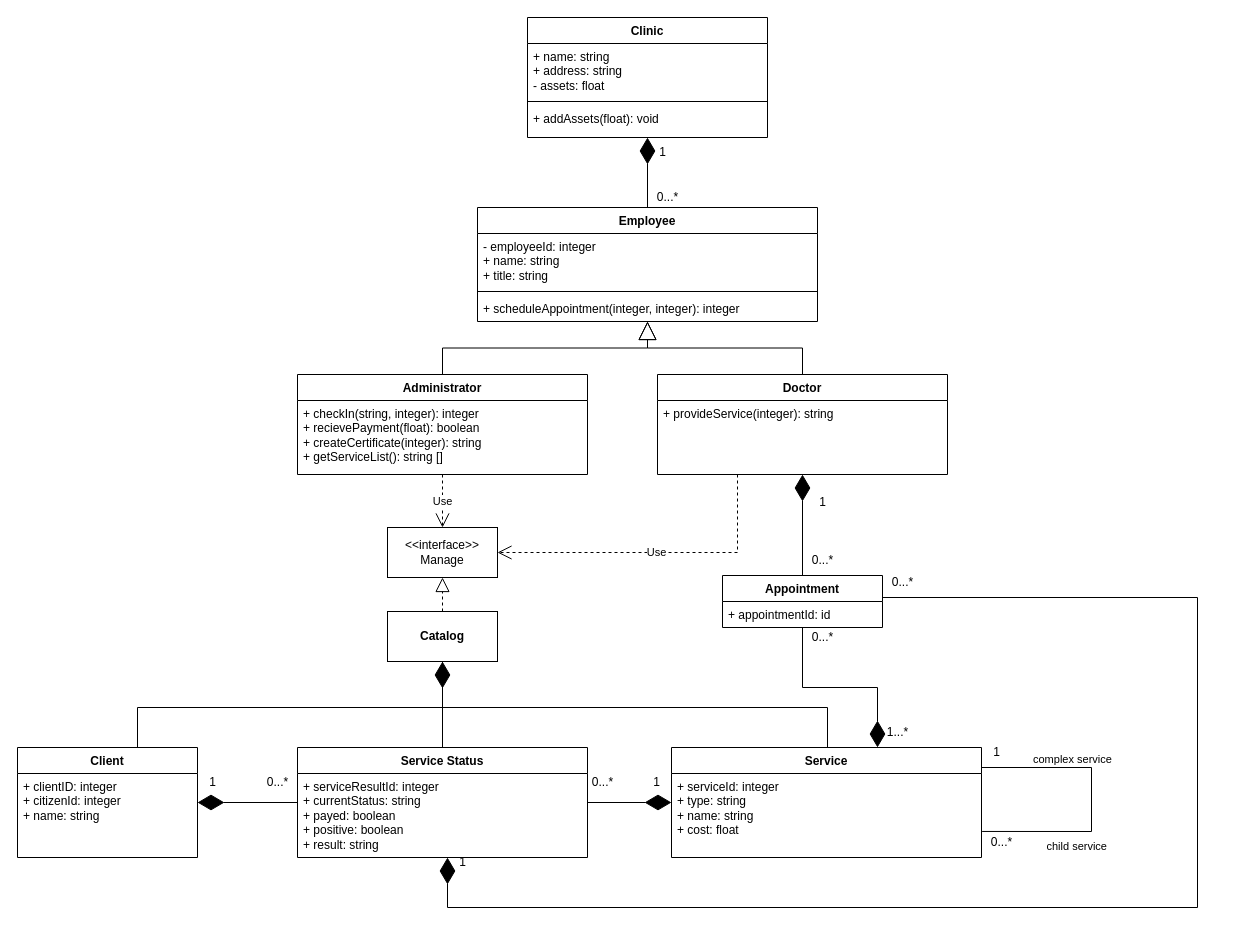
Before: uml/class-diagram.drawio in Yegres5/hospital-manager, a draw.io diagram. Source tidied: cells renumbered, new cells numbered last; positions are measured from the earlier drawing's top-left corner, leaving out a move shared by most shapes. Both pictures are drawn from the tidied source at 100%, with x=0, y=0 at pixel (17, 17).
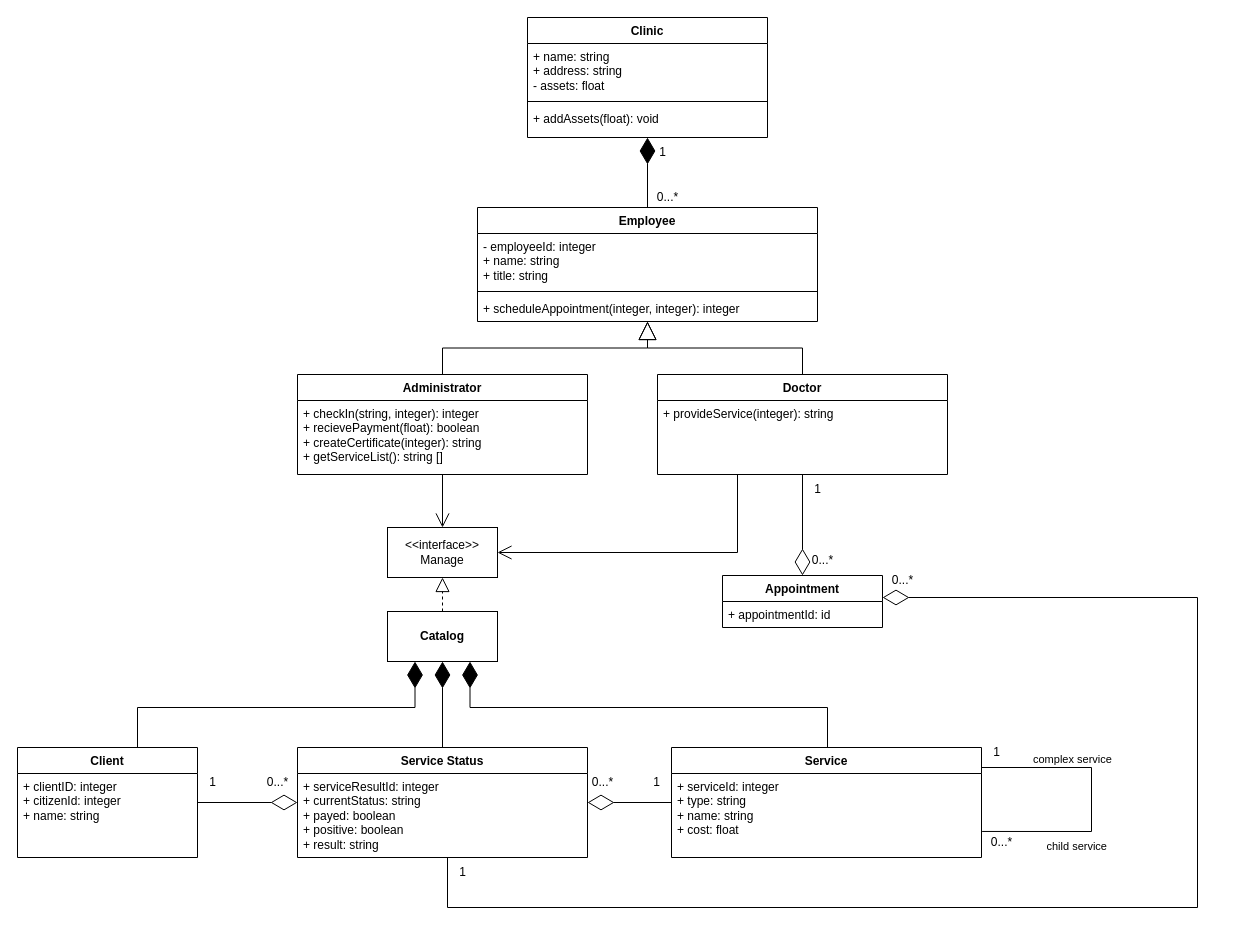
After the change.

Commit message (it also covers changes not shown here):
Updates UML Diagram

The change refers to these unchanged cells:
```xml
<mxCell id="2" value="Administrator" style="swimlane;fontStyle=1;align=center;verticalAlign=top;horizontal=1;startSize=26;whiteSpace=wrap;html=1;" parent="1" vertex="1">
  <mxGeometry x="280" y="357" width="290" height="100" as="geometry" />
</mxCell>
<mxCell id="4" value="Doctor" style="swimlane;fontStyle=1;align=center;verticalAlign=top;horizontal=1;startSize=26;whiteSpace=wrap;html=1;" parent="1" vertex="1">
  <mxGeometry x="640" y="357" width="290" height="100" as="geometry" />
</mxCell>
<mxCell id="10" value="Client" style="swimlane;fontStyle=1;align=center;verticalAlign=top;horizontal=1;startSize=26;whiteSpace=wrap;html=1;" parent="1" vertex="1">
  <mxGeometry y="730" width="180" height="110" as="geometry" />
</mxCell>
<mxCell id="13" value="Service Status" style="swimlane;fontStyle=1;align=center;verticalAlign=top;horizontal=1;startSize=26;whiteSpace=wrap;html=1;" parent="1" vertex="1">
  <mxGeometry x="280" y="730" width="290" height="110" as="geometry" />
</mxCell>
<mxCell id="23" value="&amp;lt;&amp;lt;interface&amp;gt;&amp;gt;&lt;br&gt;Manage" style="html=1;whiteSpace=wrap;" parent="1" vertex="1">
  <mxGeometry x="370" y="510" width="110" height="50" as="geometry" />
</mxCell>
<mxCell id="26" value="Service" style="swimlane;fontStyle=1;align=center;verticalAlign=top;horizontal=1;startSize=26;whiteSpace=wrap;html=1;" parent="1" vertex="1">
  <mxGeometry x="654" y="730" width="310" height="110" as="geometry" />
</mxCell>
<mxCell id="33" value="&lt;b&gt;Catalog&lt;/b&gt;" style="html=1;whiteSpace=wrap;" parent="1" vertex="1">
  <mxGeometry x="370" y="594" width="110" height="50" as="geometry" />
</mxCell>
<mxCell id="35" value="Appointment" style="swimlane;fontStyle=1;align=center;verticalAlign=top;horizontal=1;startSize=26;whiteSpace=wrap;html=1;" parent="1" vertex="1">
  <mxGeometry x="705" y="558" width="160" height="52" as="geometry" />
</mxCell>
```

What changed in the source:
```diff
@@
-    <mxCell id="12" style="endArrow=diamondThin;endFill=1;endSize=24;html=1;rounded=0;edgeStyle=orthogonalEdgeStyle;" parent="1" edge="1" source="10" target="33">
+    <mxCell id="12" style="endArrow=diamondThin;endFill=1;endSize=24;html=1;rounded=0;edgeStyle=orthogonalEdgeStyle;entryX=0.25;entryY=1;entryDx=0;entryDy=0;" parent="1" edge="1" source="10" target="33">
       <mxGeometry relative="1" as="geometry">
         <Array as="points">
           <mxPoint x="120" y="690" />
-          <mxPoint x="425" y="690" />
+          <mxPoint x="398" y="690" />
         </Array>
       </mxGeometry>
     </mxCell>
@@
-    <mxCell id="22" style="endArrow=none;endFill=0;endSize=24;html=1;rounded=0;edgeStyle=orthogonalEdgeStyle;" parent="1" edge="1" source="13" target="33">
+    <mxCell id="22" style="endArrow=diamondThin;endFill=1;endSize=24;html=1;rounded=0;edgeStyle=orthogonalEdgeStyle;startArrow=none;startFill=0;" parent="1" edge="1" source="13" target="33">
       <mxGeometry relative="1" as="geometry">
         <Array as="points">
           <mxPoint x="485" y="790" />
           <mxPoint x="425" y="790" />
         </Array>
       </mxGeometry>
     </mxCell>
@@
-    <mxCell id="24" value="Use" style="endArrow=open;endSize=12;dashed=1;html=1;rounded=0;edgeStyle=orthogonalEdgeStyle;fontStyle=0;" parent="1" edge="1" source="2" target="23">
+    <mxCell id="24" style="endArrow=open;endSize=12;html=1;rounded=0;edgeStyle=orthogonalEdgeStyle;fontStyle=0;" parent="1" edge="1" source="2" target="23">
       <mxGeometry relative="1" as="geometry" />
     </mxCell>
@@
-    <mxCell id="31" style="endArrow=none;endFill=0;endSize=24;html=1;rounded=0;edgeStyle=orthogonalEdgeStyle;" parent="1" edge="1" source="26" target="33">
+    <mxCell id="31" style="endArrow=diamondThin;endFill=1;endSize=24;html=1;rounded=0;edgeStyle=orthogonalEdgeStyle;entryX=0.75;entryY=1;entryDx=0;entryDy=0;" parent="1" edge="1" source="26" target="33">
       <mxGeometry relative="1" as="geometry">
         <Array as="points">
           <mxPoint x="810" y="690" />
-          <mxPoint x="425" y="690" />
+          <mxPoint x="453" y="690" />
         </Array>
       </mxGeometry>
     </mxCell>
-    <mxCell id="32" style="endArrow=none;html=1;edgeStyle=orthogonalEdgeStyle;rounded=0;startSize=24;startArrow=diamondThin;startFill=1;" parent="1" edge="1" source="10" target="13">
+    <mxCell id="32" style="endArrow=diamondThin;html=1;edgeStyle=orthogonalEdgeStyle;rounded=0;startSize=24;startArrow=none;startFill=0;endFill=0;endSize=24;" parent="1" edge="1" source="10" target="13">
       <mxGeometry relative="1" as="geometry" />
     </mxCell>
@@
-    <mxCell id="34" style="endArrow=diamondThin;html=1;edgeStyle=orthogonalEdgeStyle;rounded=0;endFill=1;endSize=24;" parent="1" edge="1" source="13" target="26">
+    <mxCell id="34" style="endArrow=none;html=1;edgeStyle=orthogonalEdgeStyle;rounded=0;endFill=0;endSize=24;startArrow=diamondThin;startFill=0;startSize=24;" parent="1" edge="1" source="13" target="26">
       <mxGeometry relative="1" as="geometry" />
     </mxCell>
@@
-    <mxCell id="37" style="endArrow=none;html=1;edgeStyle=orthogonalEdgeStyle;rounded=0;endFill=0;startArrow=diamondThin;startFill=1;strokeWidth=1;endSize=24;startSize=24;" parent="1" edge="1" source="4" target="35">
+    <mxCell id="37" style="endArrow=diamondThin;html=1;edgeStyle=orthogonalEdgeStyle;rounded=0;endFill=0;startArrow=none;startFill=0;strokeWidth=1;endSize=24;startSize=24;" parent="1" edge="1" source="4" target="35">
       <mxGeometry relative="1" as="geometry" />
     </mxCell>
-    <mxCell id="38" style="endArrow=diamondThin;html=1;edgeStyle=orthogonalEdgeStyle;rounded=0;endFill=1;endSize=24;" parent="1" edge="1" source="35" target="13">
+    <mxCell id="38" style="endArrow=none;html=1;edgeStyle=orthogonalEdgeStyle;rounded=0;endFill=0;endSize=24;startArrow=diamondThin;startFill=0;startSize=24;" parent="1" edge="1" source="35" target="13">
       <mxGeometry relative="1" as="geometry">
         <Array as="points">
           <mxPoint x="1180" y="580" />
           <mxPoint x="1180" y="890" />
           <mxPoint x="430" y="890" />
         </Array>
       </mxGeometry>
     </mxCell>
-    <mxCell id="39" style="endArrow=diamondThin;html=1;edgeStyle=orthogonalEdgeStyle;rounded=0;endFill=1;endSize=24;" parent="1" edge="1" source="35" target="26">
-      <mxGeometry relative="1" as="geometry">
-        <Array as="points">
-          <mxPoint x="785" y="670" />
-          <mxPoint x="860" y="670" />
-        </Array>
-      </mxGeometry>
-    </mxCell>
@@
     <mxCell id="42" value="1" style="text;html=1;align=center;verticalAlign=middle;strokeColor=none;fillColor=none;" parent="1" vertex="1">
-      <mxGeometry x="790" y="470" width="30" height="30" as="geometry" />
+      <mxGeometry x="785" y="457" width="30" height="30" as="geometry" />
     </mxCell>
     <mxCell id="43" value="0...*" style="text;html=1;align=center;verticalAlign=middle;strokeColor=none;fillColor=none;" parent="1" vertex="1">
-      <mxGeometry x="865" y="555" width="40" height="20" as="geometry" />
+      <mxGeometry x="865" y="553" width="40" height="20" as="geometry" />
     </mxCell>
-    <mxCell id="44" value="1...*" style="text;html=1;align=center;verticalAlign=middle;strokeColor=none;fillColor=none;" parent="1" vertex="1">
-      <mxGeometry x="860" y="700" width="40" height="30" as="geometry" />
-    </mxCell>
     <mxCell id="45" value="1" style="text;html=1;align=center;verticalAlign=middle;strokeColor=none;fillColor=none;" parent="1" vertex="1">
-      <mxGeometry x="430" y="830" width="30" height="30" as="geometry" />
+      <mxGeometry x="430" y="840" width="30" height="30" as="geometry" />
     </mxCell>
@@
-    <mxCell id="53" value="0...*" style="text;html=1;align=center;verticalAlign=middle;strokeColor=none;fillColor=none;" parent="1" vertex="1">
-      <mxGeometry x="785" y="610" width="40" height="20" as="geometry" />
-    </mxCell>
-    <mxCell id="54" value="Use" style="endArrow=open;endSize=12;dashed=1;html=1;rounded=0;edgeStyle=orthogonalEdgeStyle;fontStyle=0;" parent="1" edge="1" source="4" target="23">
+    <mxCell id="54" style="endArrow=open;endSize=12;html=1;rounded=0;edgeStyle=orthogonalEdgeStyle;fontStyle=0;" parent="1" edge="1" source="4" target="23">
       <mxGeometry relative="1" as="geometry">
         <Array as="points">
           <mxPoint x="720" y="535" />
         </Array>
       </mxGeometry>
     </mxCell>
```
